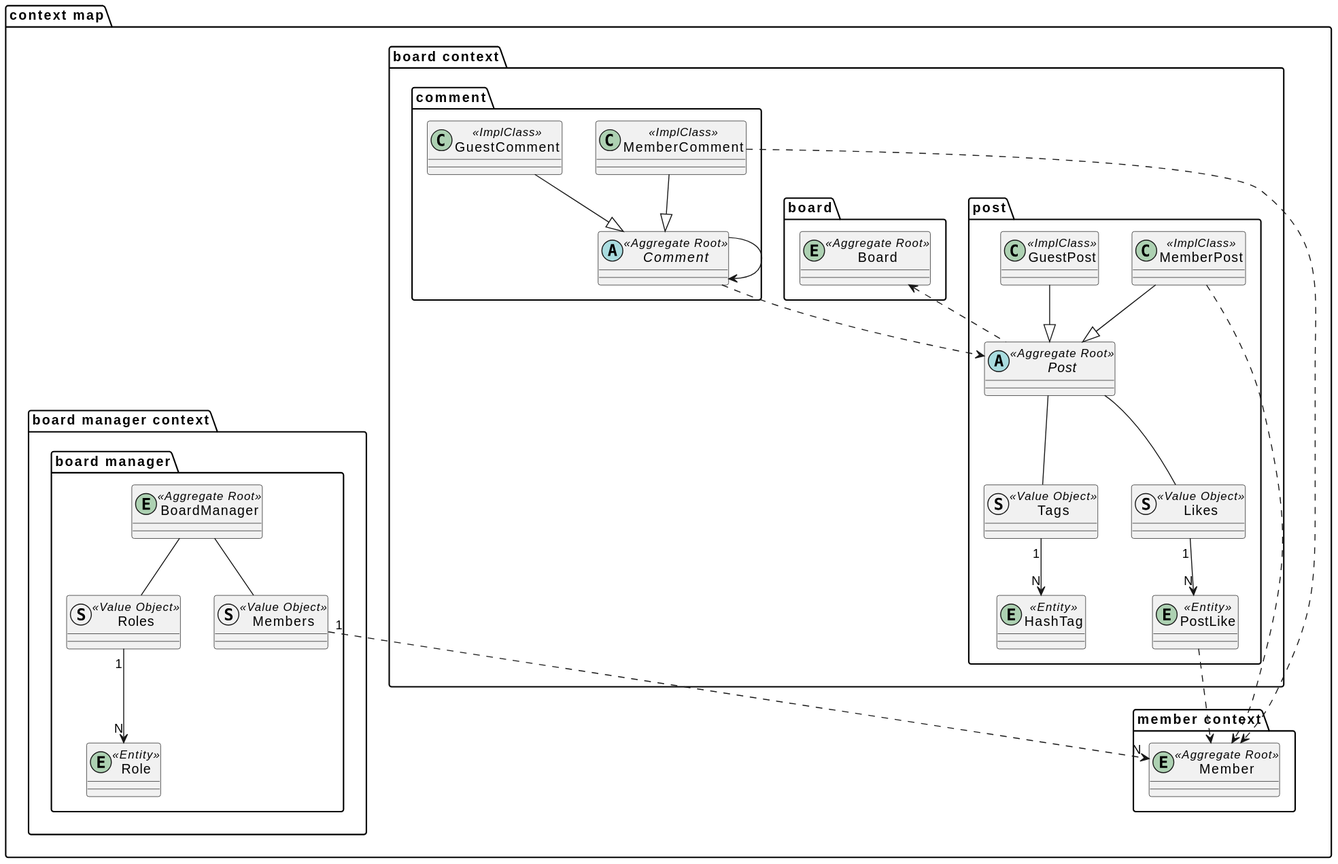
Above: document/puml/domain/boundedContextMap.svg in SimpleBoardTeam/simpleBoard-server (PlantUML), before the change.
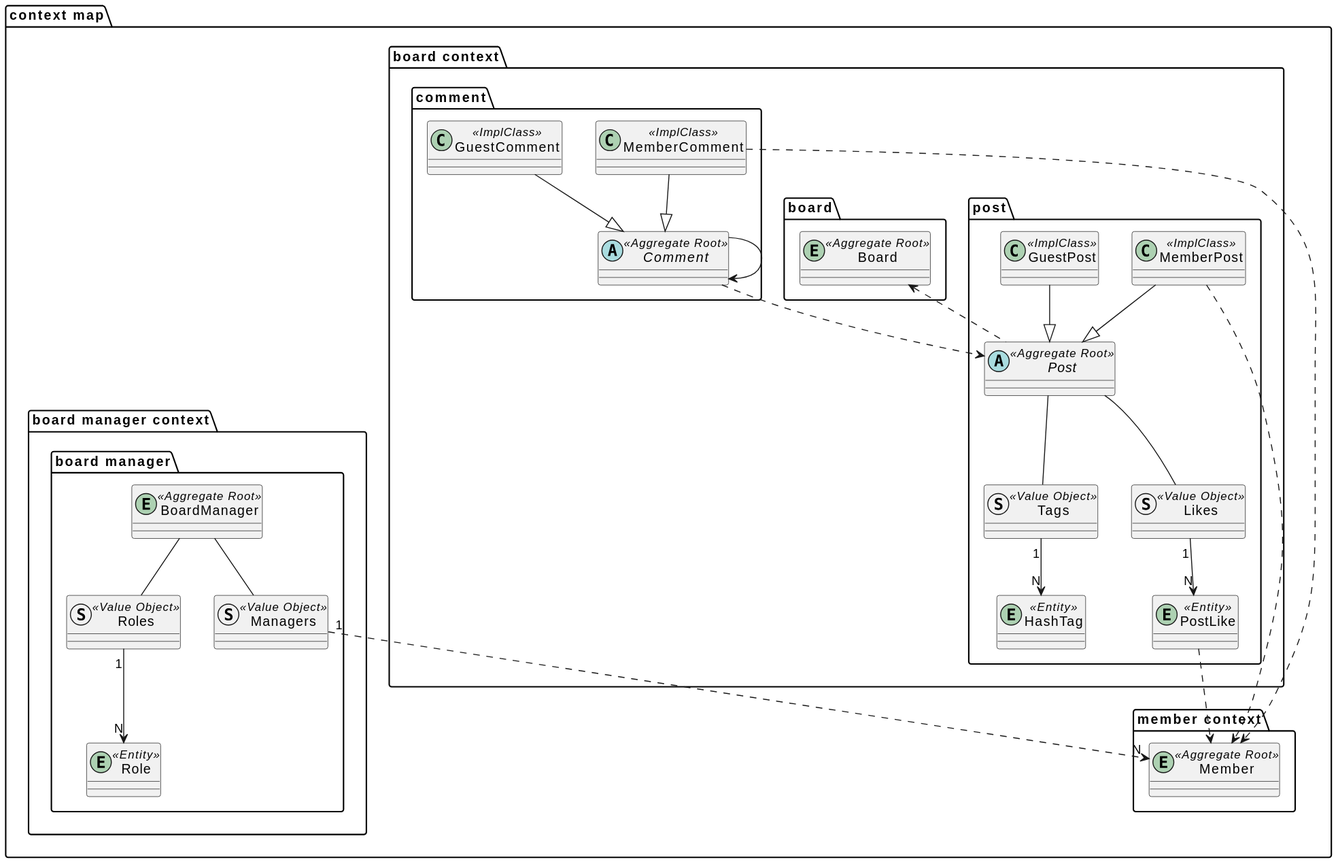
After the commit.

Commit message:
chore(diagram): auto-generate SVGs [skip ci]

The edit, as a diff of the source:
```diff
@@ -56,13 +56,13 @@
             }
             struct Roles <<Value Object>>{
             }
-            struct Members <<Value Object>>{
+            struct Managers <<Value Object>>{
             }
         }
 
         BoardManager -- Roles
-        BoardManager -- Members
-        Members "1" ..> "N" Member
+        BoardManager -- Managers
+        Managers "1" ..> "N" Member
         Roles "1" --> "N" Role
     }
 
```
